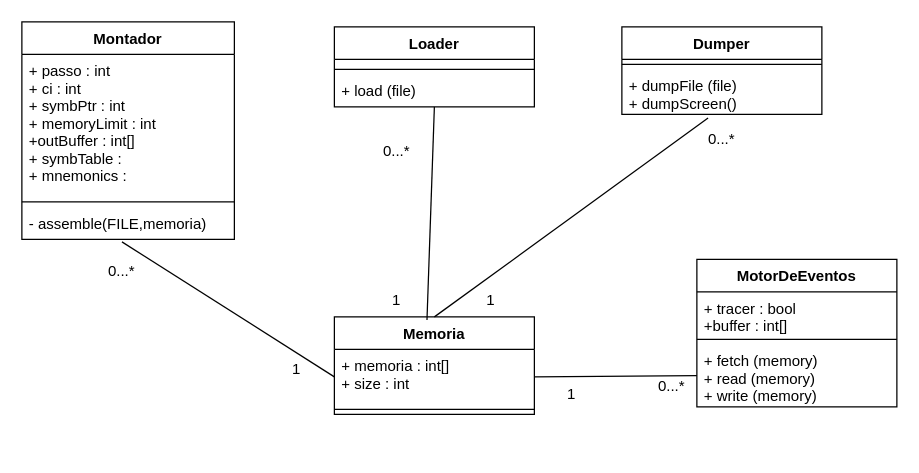
Above: class.drawio in Leo-Cal/Projeto-Sisprog (draw.io), before the change. Source tidied: cells renumbered, new cells numbered last; positions are measured from the earlier drawing's top-left corner, leaving out a move shared by most shapes. Both pictures are drawn from the tidied source at 125%, with x=0, y=0 at pixel (21, 21).
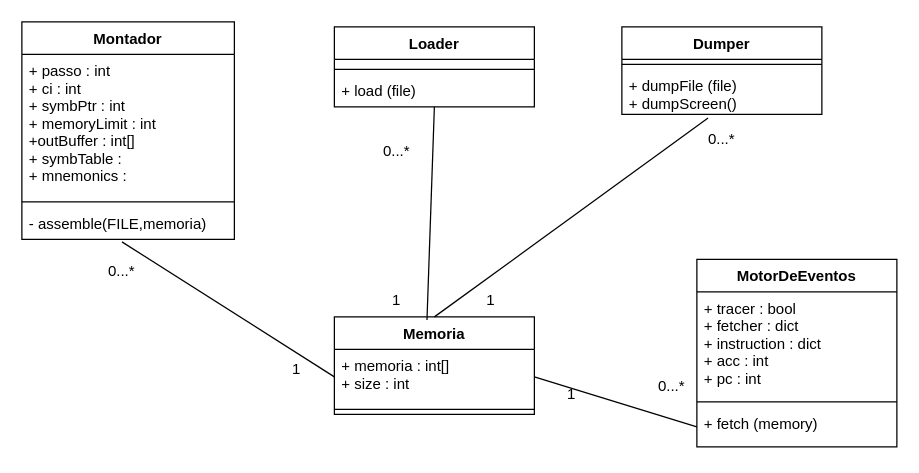
After the change.

What changed in the source:
```diff
@@
     <mxCell id="13" value="MotorDeEventos&#10;&#10;" style="swimlane;fontStyle=1;align=center;verticalAlign=top;horizontal=1;startSize=26;" parent="1" vertex="1">
-      <mxGeometry x="540" y="190" width="160" height="118" as="geometry" />
+      <mxGeometry x="540" y="190" width="160" height="150" as="geometry" />
     </mxCell>
-    <mxCell id="14" value="+ tracer : bool&#10;+buffer : int[]&#10;&#10;" style="text;strokeColor=none;fillColor=none;align=left;verticalAlign=top;spacingLeft=4;spacingRight=4;overflow=hidden;" parent="13" vertex="1">
-      <mxGeometry y="26" width="160" height="34" as="geometry" />
+    <mxCell id="14" value="+ tracer : bool&#10;+ fetcher : dict&#10;+ instruction : dict&#10;+ acc : int&#10;+ pc : int&#10;" style="text;strokeColor=none;fillColor=none;align=left;verticalAlign=top;spacingLeft=4;spacingRight=4;overflow=hidden;" parent="13" vertex="1">
+      <mxGeometry y="26" width="160" height="84" as="geometry" />
     </mxCell>
     <mxCell id="15" style="line;strokeWidth=1;fillColor=none;align=left;verticalAlign=middle;spacingTop=-1;spacingLeft=3;spacingRight=3;labelPosition=right;" parent="13" vertex="1">
-      <mxGeometry y="60" width="160" height="8" as="geometry" />
+      <mxGeometry y="110" width="160" height="8" as="geometry" />
     </mxCell>
-    <mxCell id="16" value="+ fetch (memory)&#10;+ read (memory)&#10;+ write (memory)&#10;" style="text;strokeColor=none;fillColor=none;align=left;verticalAlign=top;spacingLeft=4;spacingRight=4;overflow=hidden;points=[[0,0.5],[1,0.5]];portConstraint=eastwest;" parent="13" vertex="1">
-      <mxGeometry y="68" width="160" height="50" as="geometry" />
+    <mxCell id="16" value="+ fetch (memory)&#10;" style="text;strokeColor=none;fillColor=none;align=left;verticalAlign=top;spacingLeft=4;spacingRight=4;overflow=hidden;points=[[0,0.5],[1,0.5]];portConstraint=eastwest;" parent="13" vertex="1">
+      <mxGeometry y="118" width="160" height="32" as="geometry" />
     </mxCell>
```
